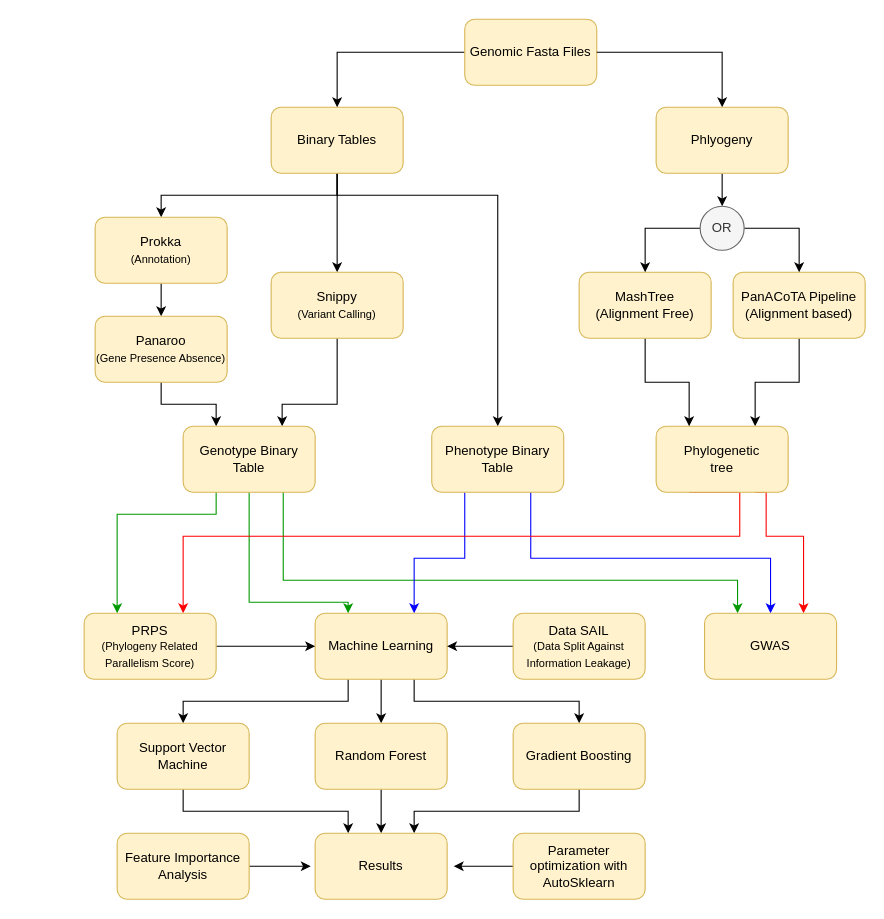
Above: flowcharts/ALPAR_Flowchart.drawio in kalininalab/ALPAR (draw.io), before the change. Source tidied: cells renumbered, new cells numbered last; positions are measured from the earlier drawing's top-left corner, leaving out a move shared by most shapes. Both pictures are drawn from the tidied source at 110%, with x=0, y=0 at pixel (84, 19).
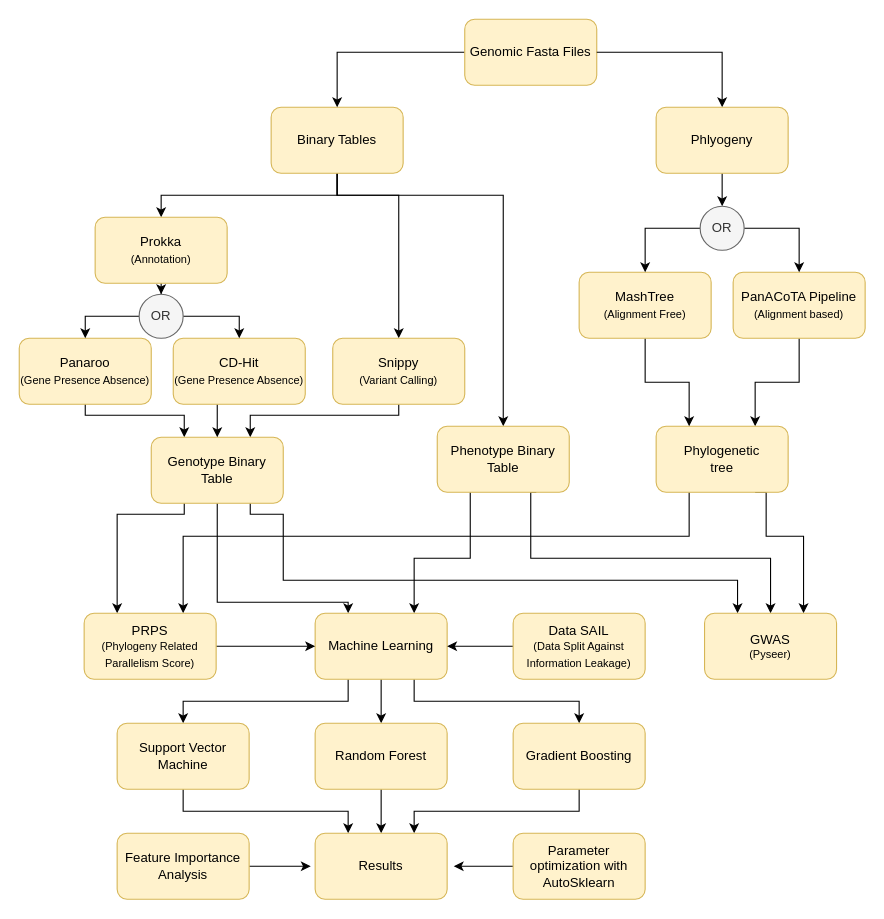
Above is the later version.

Unchanged cells that the change refers to:
```xml
<mxCell id="5" value="Binary Tables" style="rounded=1;whiteSpace=wrap;html=1;fillColor=#fff2cc;strokeColor=#d6b656;" parent="1" vertex="1">
  <mxGeometry x="170" y="80" width="120" height="60" as="geometry" />
</mxCell>
<mxCell id="7" value="Prokka&lt;br&gt;&lt;font style=&quot;font-size: 10px;&quot;&gt;(Annotation)&lt;/font&gt;" style="whiteSpace=wrap;html=1;rounded=1;fillColor=#fff2cc;strokeColor=#d6b656;" parent="1" vertex="1">
  <mxGeometry x="10" y="180" width="120" height="60" as="geometry" />
</mxCell>
<mxCell id="23" value="Phylogenetic&lt;br&gt;tree" style="rounded=1;whiteSpace=wrap;html=1;fillColor=#fff2cc;strokeColor=#d6b656;" parent="1" vertex="1">
  <mxGeometry x="520" y="370" width="120" height="60" as="geometry" />
</mxCell>
<mxCell id="28" value="Machine Learning" style="rounded=1;whiteSpace=wrap;html=1;fillColor=#fff2cc;strokeColor=#d6b656;" parent="1" vertex="1">
  <mxGeometry x="210" y="540" width="120" height="60" as="geometry" />
</mxCell>
<mxCell id="30" value="PRPS&lt;br&gt;&lt;font style=&quot;font-size: 10px;&quot;&gt;(Phylogeny Related Parallelism Score)&lt;/font&gt;" style="rounded=1;whiteSpace=wrap;html=1;fillColor=#fff2cc;strokeColor=#d6b656;" parent="1" vertex="1">
  <mxGeometry y="540" width="120" height="60" as="geometry" />
</mxCell>
```

Diff of the diagram source:
```diff
@@
+    <mxCell id="3" style="edgeStyle=orthogonalEdgeStyle;rounded=0;jettySize=auto;html=1;exitX=0.5;exitY=1;exitDx=0;exitDy=0;entryX=0.5;entryY=0;entryDx=0;entryDy=0;strokeColor=#000000;" parent="1" edge="1" source="5" target="7">
+      <mxGeometry relative="1" as="geometry" />
+    </mxCell>
     <mxCell id="2" style="edgeStyle=orthogonalEdgeStyle;rounded=0;jettySize=auto;html=1;exitX=0.5;exitY=1;exitDx=0;exitDy=0;entryX=0.5;entryY=0;entryDx=0;entryDy=0;" parent="1" edge="1" source="5" target="9">
       <mxGeometry relative="1" as="geometry">
         <Array as="points">
-          <mxPoint x="230" y="140" />
-          <mxPoint x="230" y="140" />
+          <mxPoint x="230" y="160" />
+          <mxPoint x="286" y="160" />
         </Array>
       </mxGeometry>
     </mxCell>
-    <mxCell id="3" style="edgeStyle=orthogonalEdgeStyle;rounded=0;jettySize=auto;html=1;exitX=0.5;exitY=1;exitDx=0;exitDy=0;entryX=0.5;entryY=0;entryDx=0;entryDy=0;strokeColor=#000000;" parent="1" edge="1" source="5" target="7">
-      <mxGeometry relative="1" as="geometry" />
-    </mxCell>
     <mxCell id="4" style="edgeStyle=orthogonalEdgeStyle;rounded=0;jettySize=auto;html=1;exitX=0.5;exitY=1;exitDx=0;exitDy=0;entryX=0.5;entryY=0;entryDx=0;entryDy=0;" parent="1" edge="1" source="5" target="18">
       <mxGeometry relative="1" as="geometry">
         <Array as="points">
           <mxPoint x="230" y="160" />
-          <mxPoint x="376" y="160" />
+          <mxPoint x="381" y="160" />
         </Array>
       </mxGeometry>
     </mxCell>
@@
-    <mxCell id="6" style="edgeStyle=orthogonalEdgeStyle;rounded=0;jettySize=auto;html=1;exitX=0.5;exitY=1;exitDx=0;exitDy=0;entryX=0.5;entryY=0;entryDx=0;entryDy=0;" parent="1" edge="1" source="7" target="11">
-      <mxGeometry relative="1" as="geometry" />
-    </mxCell>
+    <mxCell id="54" style="edgeStyle=orthogonalEdgeStyle;rounded=0;jettySize=auto;html=1;" parent="1" edge="1" source="7" target="59">
+      <mxGeometry relative="1" as="geometry" />
+    </mxCell>
@@
-    <mxCell id="8" style="edgeStyle=orthogonalEdgeStyle;rounded=0;jettySize=auto;html=1;exitX=0.5;exitY=1;exitDx=0;exitDy=0;entryX=0.75;entryY=0;entryDx=0;entryDy=0;" parent="1" edge="1" source="9" target="15">
+    <mxCell id="8" style="edgeStyle=orthogonalEdgeStyle;rounded=0;jettySize=auto;html=1;entryX=0.75;entryY=0;entryDx=0;entryDy=0;" parent="1" edge="1" source="9" target="15">
       <mxGeometry relative="1" as="geometry">
         <Array as="points">
-          <mxPoint x="230" y="350" />
-          <mxPoint x="180" y="350" />
+          <mxPoint x="286" y="360" />
+          <mxPoint x="151" y="360" />
         </Array>
       </mxGeometry>
     </mxCell>
     <mxCell id="9" value="Snippy&lt;br&gt;&lt;font style=&quot;font-size: 10px;&quot;&gt;(Variant Calling)&lt;/font&gt;" style="rounded=1;whiteSpace=wrap;html=1;fillColor=#fff2cc;strokeColor=#d6b656;" parent="1" vertex="1">
-      <mxGeometry x="170" y="230" width="120" height="60" as="geometry" />
+      <mxGeometry x="226" y="290" width="120" height="60" as="geometry" />
     </mxCell>
     <mxCell id="10" style="edgeStyle=orthogonalEdgeStyle;rounded=0;jettySize=auto;html=1;exitX=0.5;exitY=1;exitDx=0;exitDy=0;entryX=0.25;entryY=0;entryDx=0;entryDy=0;" parent="1" edge="1" source="11" target="15">
-      <mxGeometry relative="1" as="geometry" />
+      <mxGeometry relative="1" as="geometry">
+        <Array as="points">
+          <mxPoint x="1" y="360" />
+          <mxPoint x="91" y="360" />
+        </Array>
+      </mxGeometry>
     </mxCell>
     <mxCell id="11" value="Panaroo&lt;br&gt;&lt;font style=&quot;font-size: 10px;&quot;&gt;(Gene Presence Absence)&lt;/font&gt;" style="whiteSpace=wrap;html=1;rounded=1;fillColor=#fff2cc;strokeColor=#d6b656;" parent="1" vertex="1">
-      <mxGeometry x="10" y="270" width="120" height="60" as="geometry" />
+      <mxGeometry x="-59" y="290" width="120" height="60" as="geometry" />
     </mxCell>
-    <mxCell id="12" style="edgeStyle=orthogonalEdgeStyle;rounded=0;jettySize=auto;html=1;exitX=0.75;exitY=1;exitDx=0;exitDy=0;strokeColor=#009900;entryX=0.25;entryY=0;entryDx=0;entryDy=0;" parent="1" edge="1" source="15" target="24">
+    <mxCell id="12" style="edgeStyle=orthogonalEdgeStyle;rounded=0;jettySize=auto;html=1;exitX=0.75;exitY=1;exitDx=0;exitDy=0;strokeColor=#000000;entryX=0.25;entryY=0;entryDx=0;entryDy=0;" parent="1" edge="1" source="15" target="24">
       <mxGeometry relative="1" as="geometry">
         <Array as="points">
-          <mxPoint x="181" y="430" />
+          <mxPoint x="151" y="450" />
+          <mxPoint x="181" y="450" />
           <mxPoint x="181" y="510" />
           <mxPoint x="594" y="510" />
         </Array>
       </mxGeometry>
     </mxCell>
-    <mxCell id="13" style="edgeStyle=orthogonalEdgeStyle;rounded=0;jettySize=auto;html=1;exitX=0.5;exitY=1;exitDx=0;exitDy=0;entryX=0.25;entryY=0;entryDx=0;entryDy=0;strokeColor=#009900;" parent="1" edge="1" source="15" target="28">
+    <mxCell id="13" style="edgeStyle=orthogonalEdgeStyle;rounded=0;jettySize=auto;html=1;exitX=0.5;exitY=1;exitDx=0;exitDy=0;entryX=0.25;entryY=0;entryDx=0;entryDy=0;strokeColor=#000000;" parent="1" edge="1" source="15" target="28">
       <mxGeometry relative="1" as="geometry">
         <Array as="points">
-          <mxPoint x="150" y="530" />
+          <mxPoint x="121" y="530" />
           <mxPoint x="240" y="530" />
         </Array>
       </mxGeometry>
     </mxCell>
-    <mxCell id="14" style="edgeStyle=orthogonalEdgeStyle;rounded=0;jettySize=auto;html=1;exitX=0.25;exitY=1;exitDx=0;exitDy=0;entryX=0.25;entryY=0;entryDx=0;entryDy=0;strokeColor=#009900;" parent="1" edge="1" source="15" target="30">
+    <mxCell id="14" style="edgeStyle=orthogonalEdgeStyle;rounded=0;jettySize=auto;html=1;exitX=0.25;exitY=1;exitDx=0;exitDy=0;entryX=0.25;entryY=0;entryDx=0;entryDy=0;strokeColor=#000000;" parent="1" edge="1" source="15" target="30">
       <mxGeometry relative="1" as="geometry">
         <Array as="points">
-          <mxPoint x="120" y="450" />
+          <mxPoint x="91" y="450" />
           <mxPoint x="30" y="450" />
         </Array>
       </mxGeometry>
     </mxCell>
     <mxCell id="15" value="Genotype Binary Table" style="whiteSpace=wrap;html=1;rounded=1;fillColor=#fff2cc;strokeColor=#d6b656;" parent="1" vertex="1">
-      <mxGeometry x="90" y="370" width="120" height="60" as="geometry" />
+      <mxGeometry x="61" y="380" width="120" height="60" as="geometry" />
     </mxCell>
-    <mxCell id="16" style="edgeStyle=orthogonalEdgeStyle;rounded=0;jettySize=auto;html=1;exitX=0.75;exitY=1;exitDx=0;exitDy=0;entryX=0.5;entryY=0;entryDx=0;entryDy=0;strokeColor=#0000FF;" parent="1" edge="1" source="18" target="24">
+    <mxCell id="16" style="edgeStyle=orthogonalEdgeStyle;rounded=0;jettySize=auto;html=1;exitX=0.75;exitY=1;exitDx=0;exitDy=0;entryX=0.5;entryY=0;entryDx=0;entryDy=0;strokeColor=#000000;" parent="1" edge="1" source="18" target="24">
       <mxGeometry relative="1" as="geometry">
         <Array as="points">
           <mxPoint x="406" y="490" />
           <mxPoint x="624" y="490" />
         </Array>
       </mxGeometry>
     </mxCell>
-    <mxCell id="17" style="edgeStyle=orthogonalEdgeStyle;rounded=0;jettySize=auto;html=1;exitX=0.25;exitY=1;exitDx=0;exitDy=0;entryX=0.75;entryY=0;entryDx=0;entryDy=0;strokeColor=#0000FF;" parent="1" edge="1" source="18" target="28">
+    <mxCell id="17" style="edgeStyle=orthogonalEdgeStyle;rounded=0;jettySize=auto;html=1;exitX=0.25;exitY=1;exitDx=0;exitDy=0;entryX=0.75;entryY=0;entryDx=0;entryDy=0;strokeColor=#000000;" parent="1" edge="1" source="18" target="28">
       <mxGeometry relative="1" as="geometry">
         <Array as="points">
-          <mxPoint x="346" y="490" />
+          <mxPoint x="351" y="490" />
           <mxPoint x="300" y="490" />
         </Array>
       </mxGeometry>
     </mxCell>
     <mxCell id="18" value="Phenotype Binary Table" style="whiteSpace=wrap;html=1;rounded=1;fillColor=#fff2cc;strokeColor=#d6b656;" parent="1" vertex="1">
-      <mxGeometry x="316" y="370" width="120" height="60" as="geometry" />
+      <mxGeometry x="321" y="370" width="120" height="60" as="geometry" />
     </mxCell>
@@
-    <mxCell id="20" value="PanACoTA Pipeline&lt;br&gt;(Alignment based)" style="rounded=1;whiteSpace=wrap;html=1;fillColor=#fff2cc;strokeColor=#d6b656;" parent="1" vertex="1">
+    <mxCell id="20" value="PanACoTA Pipeline&lt;br&gt;&lt;font style=&quot;font-size: 10px;&quot;&gt;(Alignment based)&lt;/font&gt;" style="rounded=1;whiteSpace=wrap;html=1;fillColor=#fff2cc;strokeColor=#d6b656;" parent="1" vertex="1">
       <mxGeometry x="590" y="230" width="120" height="60" as="geometry" />
     </mxCell>
-    <mxCell id="21" style="edgeStyle=orthogonalEdgeStyle;rounded=0;jettySize=auto;html=1;exitX=0.75;exitY=1;exitDx=0;exitDy=0;entryX=0.75;entryY=0;entryDx=0;entryDy=0;strokeColor=#FF0000;" parent="1" edge="1" source="23" target="24">
+    <mxCell id="21" style="edgeStyle=orthogonalEdgeStyle;rounded=0;jettySize=auto;html=1;exitX=0.75;exitY=1;exitDx=0;exitDy=0;entryX=0.75;entryY=0;entryDx=0;entryDy=0;strokeColor=#000000;" parent="1" edge="1" source="23" target="24">
       <mxGeometry relative="1" as="geometry">
         <Array as="points">
           <mxPoint x="620" y="430" />
           <mxPoint x="620" y="470" />
           <mxPoint x="654" y="470" />
         </Array>
       </mxGeometry>
     </mxCell>
-    <mxCell id="22" style="edgeStyle=orthogonalEdgeStyle;rounded=0;jettySize=auto;html=1;exitX=0.25;exitY=1;exitDx=0;exitDy=0;entryX=0.75;entryY=0;entryDx=0;entryDy=0;strokeColor=#FF0000;" parent="1" edge="1" source="23" target="30">
+    <mxCell id="22" style="edgeStyle=orthogonalEdgeStyle;rounded=0;jettySize=auto;html=1;exitX=0.25;exitY=1;exitDx=0;exitDy=0;entryX=0.75;entryY=0;entryDx=0;entryDy=0;strokeColor=#000000;" parent="1" edge="1" source="23" target="30">
       <mxGeometry relative="1" as="geometry">
         <Array as="points">
-          <mxPoint x="596" y="430" />
-          <mxPoint x="596" y="470" />
+          <mxPoint x="550" y="470" />
           <mxPoint x="90" y="470" />
         </Array>
       </mxGeometry>
     </mxCell>
@@
-    <mxCell id="24" value="GWAS" style="rounded=1;whiteSpace=wrap;html=1;fillColor=#fff2cc;strokeColor=#d6b656;" parent="1" vertex="1">
+    <mxCell id="24" value="GWAS&lt;div style=&quot;font-size: 10px;&quot;&gt;(Pyseer)&lt;/div&gt;" style="rounded=1;whiteSpace=wrap;html=1;fillColor=#fff2cc;strokeColor=#d6b656;" parent="1" vertex="1">
       <mxGeometry x="564" y="540" width="120" height="60" as="geometry" />
     </mxCell>
@@
-    <mxCell id="47" value="MashTree&lt;br&gt;(Alignment Free)" style="rounded=1;whiteSpace=wrap;html=1;fillColor=#fff2cc;strokeColor=#d6b656;" parent="1" vertex="1">
+    <mxCell id="47" value="MashTree&lt;br&gt;&lt;font style=&quot;font-size: 10px;&quot;&gt;(Alignment Free)&lt;/font&gt;" style="rounded=1;whiteSpace=wrap;html=1;fillColor=#fff2cc;strokeColor=#d6b656;" parent="1" vertex="1">
       <mxGeometry x="450" y="230" width="120" height="60" as="geometry" />
     </mxCell>
@@
+    <mxCell id="55" style="edgeStyle=orthogonalEdgeStyle;rounded=0;jettySize=auto;html=1;entryX=0.5;entryY=0;entryDx=0;entryDy=0;" parent="1" edge="1" source="56" target="15">
+      <mxGeometry relative="1" as="geometry">
+        <Array as="points">
+          <mxPoint x="121" y="360" />
+          <mxPoint x="121" y="360" />
+        </Array>
+      </mxGeometry>
+    </mxCell>
+    <mxCell id="56" value="CD-Hit&lt;div&gt;&lt;font style=&quot;font-size: 10px;&quot;&gt;(Gene Presence Absence)&lt;/font&gt;&lt;/div&gt;" style="whiteSpace=wrap;html=1;rounded=1;fillColor=#fff2cc;strokeColor=#d6b656;" parent="1" vertex="1">
+      <mxGeometry x="81" y="290" width="120" height="60" as="geometry" />
+    </mxCell>
+    <mxCell id="57" style="edgeStyle=orthogonalEdgeStyle;rounded=0;jettySize=auto;html=1;exitX=1;exitY=0.5;exitDx=0;exitDy=0;entryX=0.5;entryY=0;entryDx=0;entryDy=0;" parent="1" edge="1" source="59" target="56">
+      <mxGeometry relative="1" as="geometry" />
+    </mxCell>
+    <mxCell id="58" style="edgeStyle=orthogonalEdgeStyle;rounded=0;jettySize=auto;html=1;exitX=0;exitY=0.5;exitDx=0;exitDy=0;entryX=0.5;entryY=0;entryDx=0;entryDy=0;" parent="1" edge="1" source="59" target="11">
+      <mxGeometry relative="1" as="geometry" />
+    </mxCell>
+    <mxCell id="59" value="OR" style="ellipse;whiteSpace=wrap;html=1;fillColor=#f5f5f5;fontColor=#333333;strokeColor=#666666;" parent="1" vertex="1">
+      <mxGeometry x="50" y="250" width="40" height="40" as="geometry" />
+    </mxCell>
```
